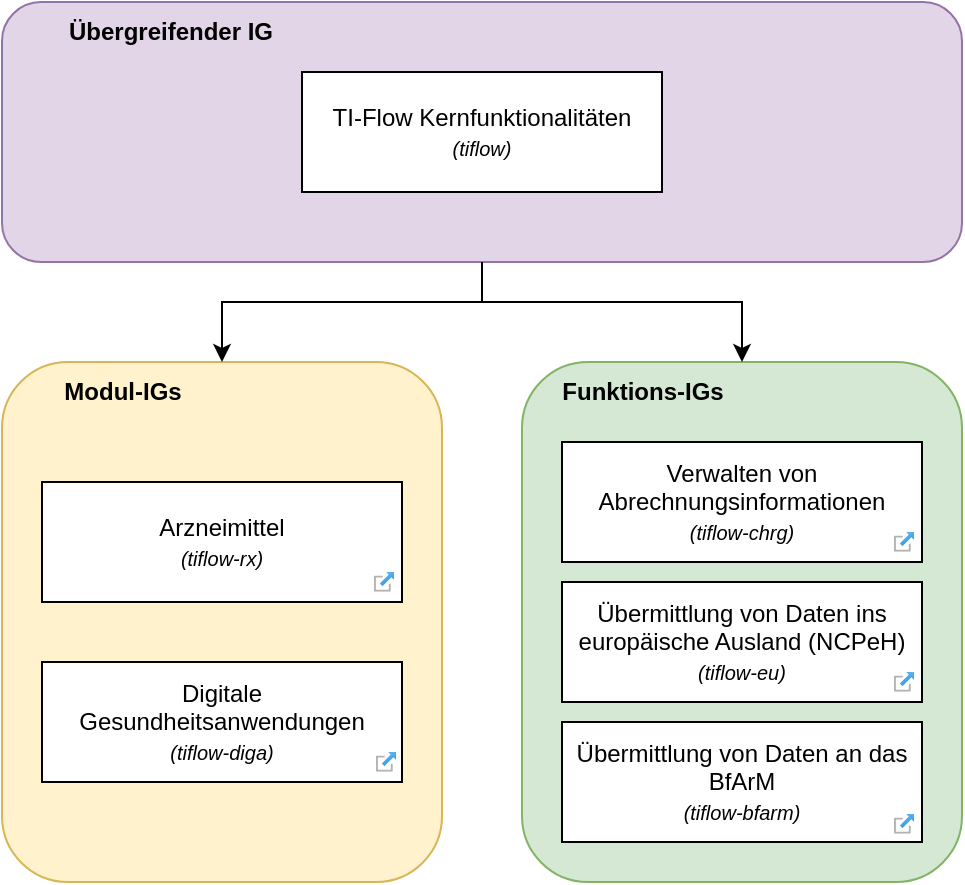
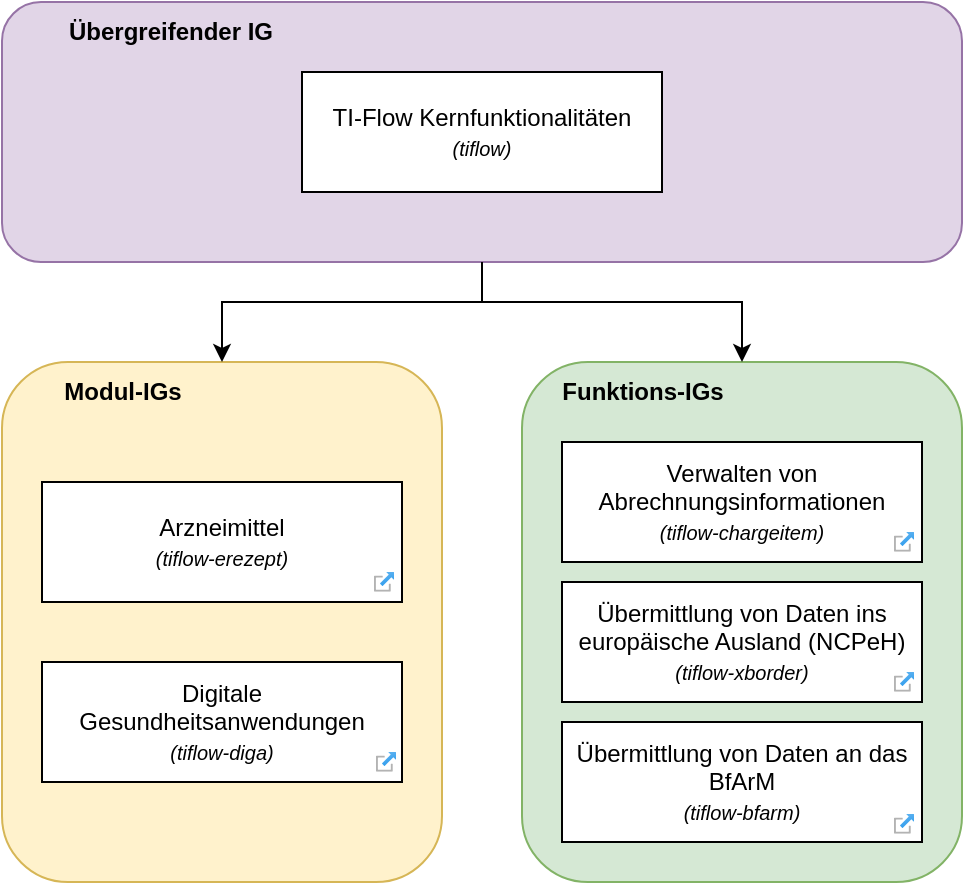
<mxfile host="65bd71144e">
    <diagram id="awBGbZnLdEZXr3eCjh5i" name="Page-1">
        <mxGraphModel dx="623" dy="644" grid="1" gridSize="10" guides="1" tooltips="1" connect="1" arrows="1" fold="1" page="1" pageScale="1" pageWidth="827" pageHeight="1169" math="0" shadow="0">
            <root>
                <mxCell id="0"/>
                <mxCell id="1" parent="0"/>
                <mxCell id="6" value="" style="group" parent="1" vertex="1" connectable="0">
                    <mxGeometry x="200" y="280" width="220" height="260" as="geometry"/>
                </mxCell>
                <mxCell id="2" value="" style="rounded=1;whiteSpace=wrap;html=1;fillColor=#fff2cc;strokeColor=#d6b656;" parent="6" vertex="1">
                    <mxGeometry width="220" height="260" as="geometry"/>
                </mxCell>
                <mxCell id="3" value="Modul-IGs" style="text;html=1;align=center;verticalAlign=middle;resizable=0;points=[];autosize=1;strokeColor=none;fillColor=none;fontStyle=1" parent="6" vertex="1">
                    <mxGeometry x="20" width="80" height="30" as="geometry"/>
                </mxCell>
                <UserObject label="Digitale Gesundheitsanwendungen &lt;br&gt;&lt;i&gt;&lt;font style=&quot;font-size: 10px;&quot;&gt;(&lt;span style=&quot;color: rgb(0, 0, 0);&quot;&gt;tiflow-diga&lt;/span&gt;)&lt;/font&gt;&lt;/i&gt;" link="https://gemspec.gematik.de/ig/fhir/tiflow-diga/2.0.0-ballot.1" linkTarget="_blank" id="5">
                    <mxCell style="rounded=0;whiteSpace=wrap;html=1;" parent="6" vertex="1">
                        <mxGeometry x="20" y="150" width="180" height="60" as="geometry"/>
                    </mxCell>
                </UserObject>
-                 <UserObject label="Arzneimittel &lt;br&gt;&lt;i&gt;&lt;font style=&quot;font-size: 10px;&quot;&gt;(tiflow-rx)&lt;/font&gt;&lt;/i&gt;" link="https://gemspec.gematik.de/ig/fhir/tiflow-rx/2.0.0-ballot.1" linkTarget="_blank" id="4">
+                 <UserObject label="Arzneimittel &lt;br&gt;&lt;i&gt;&lt;font style=&quot;font-size: 10px;&quot;&gt;(tiflow-erezept)&lt;/font&gt;&lt;/i&gt;" link="https://gemspec.gematik.de/ig/fhir/tiflow-erezept/2.0.0-ballot.1" linkTarget="_blank" id="4">
                    <mxCell style="rounded=0;whiteSpace=wrap;html=1;" parent="6" vertex="1">
                        <mxGeometry x="20" y="60" width="180" height="60" as="geometry"/>
                    </mxCell>
                </UserObject>
                <mxCell id="21" value="" style="image;aspect=fixed;html=1;points=[];align=center;fontSize=12;image=img/lib/azure2/general/Launch_Portal.svg;" parent="6" vertex="1">
                    <mxGeometry x="187" y="195" width="10" height="9.85" as="geometry"/>
                </mxCell>
                <mxCell id="7" value="" style="group" parent="1" vertex="1" connectable="0">
                    <mxGeometry x="460" y="280" width="220" height="260" as="geometry"/>
                </mxCell>
                <mxCell id="8" value="" style="rounded=1;whiteSpace=wrap;html=1;fillColor=#d5e8d4;strokeColor=#82b366;" parent="7" vertex="1">
                    <mxGeometry width="220" height="260" as="geometry"/>
                </mxCell>
                <mxCell id="9" value="Funktions-IGs" style="text;html=1;align=center;verticalAlign=middle;resizable=0;points=[];autosize=1;strokeColor=none;fillColor=none;fontStyle=1" parent="7" vertex="1">
                    <mxGeometry x="10" width="100" height="30" as="geometry"/>
                </mxCell>
-                 <UserObject label="Verwalten von Abrechnungsinformationen&lt;br&gt;&lt;font style=&quot;font-size: 10px;&quot;&gt;&lt;i&gt;(&lt;span style=&quot;color: rgb(0, 0, 0);&quot;&gt;tiflow-chrg)&lt;/span&gt;&lt;/i&gt;&lt;/font&gt;" link="https://gemspec.gematik.de/ig/fhir/tiflow-chrg/2.0.0-ballot.1" linkTarget="_blank" id="12">
+                 <UserObject label="Verwalten von Abrechnungsinformationen&lt;br&gt;&lt;font style=&quot;font-size: 10px;&quot;&gt;&lt;i&gt;(&lt;span style=&quot;color: rgb(0, 0, 0);&quot;&gt;tiflow-chargeitem)&lt;/span&gt;&lt;/i&gt;&lt;/font&gt;" link="https://gemspec.gematik.de/ig/fhir/tiflow-chargeitem/2.0.0-ballot.1" linkTarget="_blank" id="12">
                    <mxCell style="rounded=0;whiteSpace=wrap;html=1;" parent="7" vertex="1">
                        <mxGeometry x="20" y="40" width="180" height="60" as="geometry"/>
                    </mxCell>
                </UserObject>
-                 <UserObject label="Übermittlung von Daten ins europäische Ausland (NCPeH)&lt;br&gt;&lt;font style=&quot;font-size: 10px;&quot;&gt;&lt;i&gt;(&lt;span style=&quot;color: rgb(0, 0, 0);&quot;&gt;tiflow-eu)&lt;/span&gt;&lt;/i&gt;&lt;/font&gt;" link="https://gemspec.gematik.de/ig/fhir/tiflow-eu/2.0.0-ballot.1" linkTarget="_blank" id="11">
+                 <UserObject label="Übermittlung von Daten ins europäische Ausland (NCPeH)&lt;br&gt;&lt;font style=&quot;font-size: 10px;&quot;&gt;&lt;i&gt;(&lt;span style=&quot;color: rgb(0, 0, 0);&quot;&gt;tiflow-xborder)&lt;/span&gt;&lt;/i&gt;&lt;/font&gt;" link="https://gemspec.gematik.de/ig/fhir/tiflow-xborder/2.0.0-ballot.1" linkTarget="_blank" id="11">
                    <mxCell style="rounded=0;whiteSpace=wrap;html=1;" parent="7" vertex="1">
                        <mxGeometry x="20" y="110" width="180" height="60" as="geometry"/>
                    </mxCell>
                </UserObject>
                <UserObject label="Übermittlung von Daten an das BfArM&lt;br&gt;&lt;font style=&quot;font-size: 10px;&quot;&gt;&lt;i&gt;(&lt;span style=&quot;color: rgb(0, 0, 0);&quot;&gt;tiflow-bfarm)&lt;/span&gt;&lt;/i&gt;&lt;/font&gt;" link="https://gemspec.gematik.de/ig/fhir/tiflow-bfarm/2.0.0-ballot.1" linkTarget="_blank" id="10">
                    <mxCell style="rounded=0;whiteSpace=wrap;html=1;" parent="7" vertex="1">
                        <mxGeometry x="20" y="180" width="180" height="60" as="geometry"/>
                    </mxCell>
                </UserObject>
                <mxCell id="13" value="" style="group" parent="1" vertex="1" connectable="0">
                    <mxGeometry x="200" y="100" width="480" height="130" as="geometry"/>
                </mxCell>
                <mxCell id="14" value="" style="rounded=1;whiteSpace=wrap;html=1;fillColor=#e1d5e7;strokeColor=#9673a6;" parent="13" vertex="1">
                    <mxGeometry width="479.99999999999994" height="130" as="geometry"/>
                </mxCell>
                <mxCell id="15" value="Übergreifender IG" style="text;html=1;align=center;verticalAlign=middle;resizable=0;points=[];autosize=1;strokeColor=none;fillColor=none;fontStyle=1" parent="13" vertex="1">
                    <mxGeometry x="23.636363636363633" width="120" height="30" as="geometry"/>
                </mxCell>
                <mxCell id="18" value="TI-Flow Kernfunktionalitäten&lt;br&gt;&lt;i&gt;&lt;font style=&quot;font-size: 10px;&quot;&gt;(tiflow)&lt;/font&gt;&lt;/i&gt;" style="rounded=0;whiteSpace=wrap;html=1;" parent="13" vertex="1">
                    <mxGeometry x="150" y="35" width="180" height="60" as="geometry"/>
                </mxCell>
                <mxCell id="19" style="edgeStyle=none;html=1;entryX=0.5;entryY=0;entryDx=0;entryDy=0;rounded=0;curved=0;exitX=0.5;exitY=1;exitDx=0;exitDy=0;" parent="1" source="14" target="2" edge="1">
                    <mxGeometry relative="1" as="geometry">
                        <Array as="points">
                            <mxPoint x="440" y="250"/>
                            <mxPoint x="310" y="250"/>
                        </Array>
                    </mxGeometry>
                </mxCell>
                <mxCell id="20" style="edgeStyle=none;html=1;exitX=0.5;exitY=1;exitDx=0;exitDy=0;entryX=0.5;entryY=0;entryDx=0;entryDy=0;rounded=0;curved=0;" parent="1" source="14" target="8" edge="1">
                    <mxGeometry relative="1" as="geometry">
                        <Array as="points">
                            <mxPoint x="440" y="250"/>
                            <mxPoint x="570" y="250"/>
                        </Array>
                    </mxGeometry>
                </mxCell>
                <mxCell id="22" value="" style="image;aspect=fixed;html=1;points=[];align=center;fontSize=12;image=img/lib/azure2/general/Launch_Portal.svg;" parent="1" vertex="1">
                    <mxGeometry x="386" y="385" width="10" height="9.85" as="geometry"/>
                </mxCell>
                <mxCell id="23" value="" style="image;aspect=fixed;html=1;points=[];align=center;fontSize=12;image=img/lib/azure2/general/Launch_Portal.svg;" parent="1" vertex="1">
                    <mxGeometry x="646" y="506" width="10" height="9.85" as="geometry"/>
                </mxCell>
                <mxCell id="24" value="" style="image;aspect=fixed;html=1;points=[];align=center;fontSize=12;image=img/lib/azure2/general/Launch_Portal.svg;" parent="1" vertex="1">
                    <mxGeometry x="646" y="435" width="10" height="9.85" as="geometry"/>
                </mxCell>
                <mxCell id="25" value="" style="image;aspect=fixed;html=1;points=[];align=center;fontSize=12;image=img/lib/azure2/general/Launch_Portal.svg;" parent="1" vertex="1">
                    <mxGeometry x="646" y="365" width="10" height="9.85" as="geometry"/>
                </mxCell>
            </root>
        </mxGraphModel>
    </diagram>
</mxfile>